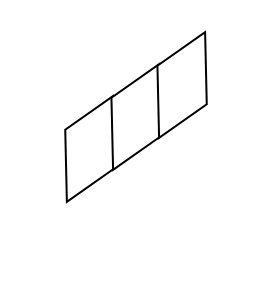
This is Untitled Diagram.drawio from huangqiuyu/Compiler, a draw.io file, before an edit. Source tidied: cells renumbered, new cells numbered last; positions are measured from the earlier drawing's top-left corner, leaving out a move shared by most shapes. Both pictures are drawn from the tidied source at 200%, with x=0, y=0 at pixel (40, 54).
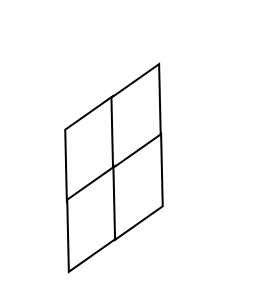
The same page after the edit.

The edit, as a diff of the source:
```diff
@@
 <mxGraphModel>
   <root>
     <mxCell id="0" />
     <mxCell id="1" parent="0" />
     <mxCell id="2" style="shape=parallelogram;perimeter=parallelogramPerimeter;whiteSpace=wrap;html=1;fixedSize=1;rotation=-35;" parent="1" vertex="1">
       <mxGeometry x="-0.1" y="32" width="49.1" height="30" as="geometry" />
     </mxCell>
     <mxCell id="3" style="shape=parallelogram;perimeter=parallelogramPerimeter;whiteSpace=wrap;html=1;fixedSize=1;rotation=-35;" parent="1" vertex="1">
       <mxGeometry x="23" y="16" width="49.1" height="30" as="geometry" />
     </mxCell>
-    <mxCell id="4" style="shape=parallelogram;perimeter=parallelogramPerimeter;whiteSpace=wrap;html=1;fixedSize=1;rotation=-35;" parent="1" vertex="1">
-      <mxGeometry x="46" width="49.1" height="30" as="geometry" />
-    </mxCell>
+    <mxCell id="5" style="shape=parallelogram;perimeter=parallelogramPerimeter;whiteSpace=wrap;html=1;fixedSize=1;rotation=-35;" parent="1" vertex="1">
+      <mxGeometry x="0.9" y="67" width="49.1" height="30" as="geometry" />
+    </mxCell>
+    <mxCell id="6" style="shape=parallelogram;perimeter=parallelogramPerimeter;whiteSpace=wrap;html=1;fixedSize=1;rotation=-35;" parent="1" vertex="1">
+      <mxGeometry x="24" y="51" width="49.1" height="30" as="geometry" />
+    </mxCell>
   </root>
 </mxGraphModel>
```
